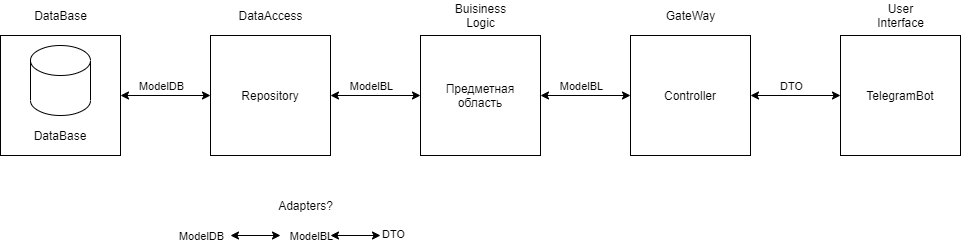
alena-zayts/BMSTU_6sem_software_design keeps this draw.io diagram as docs/imgs/uml/common.png. Above is the earlier version. Source tidied: cells renumbered, new cells last; positions are measured from the earlier drawing's top-left corner, leaving out a move shared by most shapes. The source it was exported from:
```xml
<mxGraphModel>
  <root>
    <mxCell id="0" />
    <mxCell id="1" parent="0" />
    <mxCell id="2" style="rounded=0;whiteSpace=wrap;html=1;" parent="1" vertex="1">
      <mxGeometry y="35" width="120" height="120" as="geometry" />
    </mxCell>
    <mxCell id="3" value="DataBase" style="text;html=1;align=center;verticalAlign=middle;" parent="1" vertex="1">
      <mxGeometry x="25" y="5" width="70" height="20" as="geometry" />
    </mxCell>
    <mxCell id="4" style="shape=cylinder3;whiteSpace=wrap;html=1;boundedLbl=1;backgroundOutline=1;size=15;" parent="1" vertex="1">
      <mxGeometry x="30" y="45" width="60" height="70" as="geometry" />
    </mxCell>
    <mxCell id="5" value="DataBase" style="text;html=1;strokeColor=none;fillColor=none;align=center;verticalAlign=middle;whiteSpace=wrap;rounded=0;" parent="1" vertex="1">
      <mxGeometry x="40" y="125" width="40" height="20" as="geometry" />
    </mxCell>
    <mxCell id="6" style="rounded=0;whiteSpace=wrap;html=1;" parent="1" vertex="1">
      <mxGeometry x="210" y="35" width="120" height="120" as="geometry" />
    </mxCell>
    <mxCell id="7" value="DataAccess" style="text;html=1;align=center;verticalAlign=middle;points=[];" parent="1" vertex="1">
      <mxGeometry x="230" y="5" width="80" height="20" as="geometry" />
    </mxCell>
    <mxCell id="8" value="Repository" style="text;html=1;strokeColor=none;fillColor=none;align=center;verticalAlign=middle;whiteSpace=wrap;rounded=0;" parent="1" vertex="1">
      <mxGeometry x="250" y="85" width="40" height="20" as="geometry" />
    </mxCell>
    <mxCell id="9" style="endArrow=classic;startArrow=classic;html=1;exitX=1;exitY=0.5;exitDx=0;exitDy=0;entryX=0;entryY=0.5;entryDx=0;entryDy=0;" parent="1" edge="1" source="2" target="6">
      <mxGeometry relative="1" as="geometry" />
    </mxCell>
    <mxCell id="10" value="ModelDB" style="edgeLabel;html=1;align=center;verticalAlign=middle;" parent="9" vertex="1">
      <mxGeometry x="-0.36" relative="1" as="geometry">
        <mxPoint x="11" y="-10" as="offset" />
      </mxGeometry>
    </mxCell>
    <mxCell id="11" style="rounded=0;whiteSpace=wrap;html=1;" parent="1" vertex="1">
      <mxGeometry x="420" y="35" width="120" height="120" as="geometry" />
    </mxCell>
    <mxCell id="12" value="Buisiness&lt;br&gt;Logic" style="text;html=1;align=center;verticalAlign=middle;" parent="1" vertex="1">
      <mxGeometry x="445" width="70" height="30" as="geometry" />
    </mxCell>
    <mxCell id="13" value="Предметная&lt;br&gt;область" style="text;html=1;strokeColor=none;fillColor=none;align=center;verticalAlign=middle;whiteSpace=wrap;rounded=0;" parent="1" vertex="1">
      <mxGeometry x="460" y="85" width="40" height="20" as="geometry" />
    </mxCell>
    <mxCell id="14" style="endArrow=classic;startArrow=classic;html=1;exitX=1;exitY=0.5;exitDx=0;exitDy=0;entryX=0;entryY=0.5;entryDx=0;entryDy=0;" parent="1" edge="1" target="11">
      <mxGeometry relative="1" as="geometry">
        <mxPoint x="330" y="95" as="sourcePoint" />
      </mxGeometry>
    </mxCell>
    <mxCell id="15" value="ModelBL" style="edgeLabel;html=1;align=center;verticalAlign=middle;" parent="14" vertex="1">
      <mxGeometry x="-0.36" relative="1" as="geometry">
        <mxPoint x="11" y="-10" as="offset" />
      </mxGeometry>
    </mxCell>
    <mxCell id="16" style="rounded=0;whiteSpace=wrap;html=1;" parent="1" vertex="1">
      <mxGeometry x="630" y="35" width="120" height="120" as="geometry" />
    </mxCell>
    <mxCell id="17" value="GateWay" style="text;html=1;align=center;verticalAlign=middle;" parent="1" vertex="1">
      <mxGeometry x="655" y="5" width="70" height="20" as="geometry" />
    </mxCell>
    <mxCell id="18" value="Controller" style="text;html=1;strokeColor=none;fillColor=none;align=center;verticalAlign=middle;whiteSpace=wrap;rounded=0;" parent="1" vertex="1">
      <mxGeometry x="670" y="85" width="40" height="20" as="geometry" />
    </mxCell>
    <mxCell id="19" style="endArrow=classic;startArrow=classic;html=1;exitX=1;exitY=0.5;exitDx=0;exitDy=0;entryX=0;entryY=0.5;entryDx=0;entryDy=0;" parent="1" edge="1" target="16">
      <mxGeometry relative="1" as="geometry">
        <mxPoint x="540" y="95" as="sourcePoint" />
      </mxGeometry>
    </mxCell>
    <mxCell id="20" value="ModelBL" style="edgeLabel;html=1;align=center;verticalAlign=middle;" parent="19" vertex="1">
      <mxGeometry x="-0.36" relative="1" as="geometry">
        <mxPoint x="11" y="-10" as="offset" />
      </mxGeometry>
    </mxCell>
    <mxCell id="21" style="rounded=0;whiteSpace=wrap;html=1;" parent="1" vertex="1">
      <mxGeometry x="840" y="35" width="120" height="120" as="geometry" />
    </mxCell>
    <mxCell id="22" value="User&lt;br&gt;Interface" style="text;html=1;align=center;verticalAlign=middle;" parent="1" vertex="1">
      <mxGeometry x="870" width="60" height="30" as="geometry" />
    </mxCell>
    <mxCell id="23" value="TelegramBot" style="text;html=1;strokeColor=none;fillColor=none;align=center;verticalAlign=middle;whiteSpace=wrap;rounded=0;" parent="1" vertex="1">
      <mxGeometry x="880" y="85" width="40" height="20" as="geometry" />
    </mxCell>
    <mxCell id="24" style="endArrow=classic;startArrow=classic;html=1;exitX=1;exitY=0.5;exitDx=0;exitDy=0;entryX=0;entryY=0.5;entryDx=0;entryDy=0;" parent="1" edge="1" target="21">
      <mxGeometry relative="1" as="geometry">
        <mxPoint x="750" y="95" as="sourcePoint" />
      </mxGeometry>
    </mxCell>
    <mxCell id="25" value="DTO" style="edgeLabel;html=1;align=center;verticalAlign=middle;" parent="24" vertex="1">
      <mxGeometry x="-0.36" relative="1" as="geometry">
        <mxPoint x="11" y="-10" as="offset" />
      </mxGeometry>
    </mxCell>
    <mxCell id="26" value="ModelDB" style="edgeLabel;html=1;align=center;verticalAlign=middle;" parent="1" vertex="1">
      <mxGeometry x="200" y="235" as="geometry" />
    </mxCell>
    <mxCell id="27" value="ModelBL" style="edgeLabel;html=1;align=center;verticalAlign=middle;" parent="1" vertex="1">
      <mxGeometry x="310" y="235" as="geometry" />
    </mxCell>
    <mxCell id="28" value="&lt;span style=&quot;color: rgb(0, 0, 0); font-family: helvetica; font-size: 11px; font-style: normal; font-weight: 400; letter-spacing: normal; text-align: center; text-indent: 0px; text-transform: none; word-spacing: 0px; background-color: rgb(255, 255, 255); display: inline; float: none;&quot;&gt;DTO&lt;/span&gt;" style="text;whiteSpace=wrap;html=1;" parent="1" vertex="1">
      <mxGeometry x="380" y="220" width="50" height="30" as="geometry" />
    </mxCell>
    <mxCell id="29" style="endArrow=classic;startArrow=classic;html=1;" parent="1" edge="1">
      <mxGeometry relative="1" as="geometry">
        <mxPoint x="230" y="235" as="sourcePoint" />
        <mxPoint x="280" y="235" as="targetPoint" />
      </mxGeometry>
    </mxCell>
    <mxCell id="30" style="endArrow=classic;startArrow=classic;html=1;entryX=0;entryY=0.5;entryDx=0;entryDy=0;" parent="1" edge="1" target="28">
      <mxGeometry relative="1" as="geometry">
        <mxPoint x="330" y="235" as="sourcePoint" />
      </mxGeometry>
    </mxCell>
    <mxCell id="31" value="Adapters?" style="text;html=1;align=center;verticalAlign=middle;" parent="1" vertex="1">
      <mxGeometry x="270" y="195" width="70" height="20" as="geometry" />
    </mxCell>
  </root>
</mxGraphModel>
```
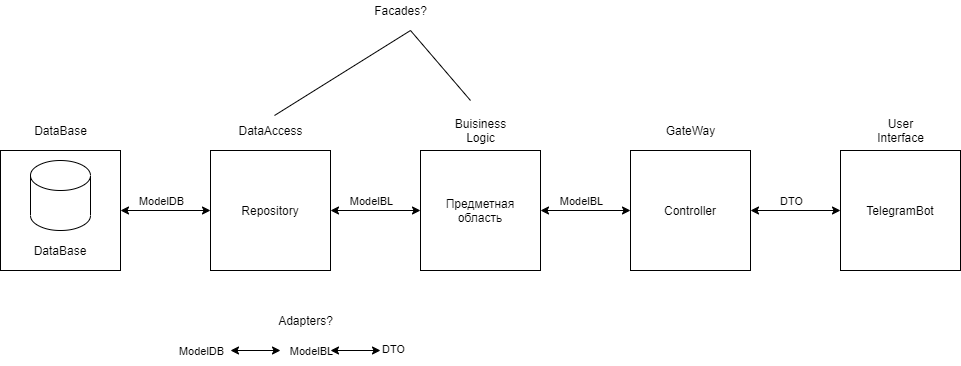
The same diagram one commit later.

The edit, as a diff of the source:
```diff
@@ -111,5 +111,19 @@
     <mxCell id="31" value="Adapters?" style="text;html=1;align=center;verticalAlign=middle;" parent="1" vertex="1">
       <mxGeometry x="270" y="195" width="70" height="20" as="geometry" />
     </mxCell>
+    <mxCell id="32" style="endArrow=none;html=1;entryX=0.55;entryY=-0.25;entryDx=0;entryDy=0;entryPerimeter=0;" parent="1" edge="1" target="7">
+      <mxGeometry relative="1" as="geometry">
+        <mxPoint x="410" y="-85" as="sourcePoint" />
+      </mxGeometry>
+    </mxCell>
+    <mxCell id="33" style="endArrow=none;html=1;" parent="1" edge="1">
+      <mxGeometry relative="1" as="geometry">
+        <mxPoint x="410" y="-85" as="sourcePoint" />
+        <mxPoint x="470" y="-15" as="targetPoint" />
+      </mxGeometry>
+    </mxCell>
+    <mxCell id="34" value="Facades?" style="text;html=1;align=center;verticalAlign=middle;" parent="1" vertex="1">
+      <mxGeometry x="365" y="-115" width="70" height="20" as="geometry" />
+    </mxCell>
   </root>
 </mxGraphModel>
```
